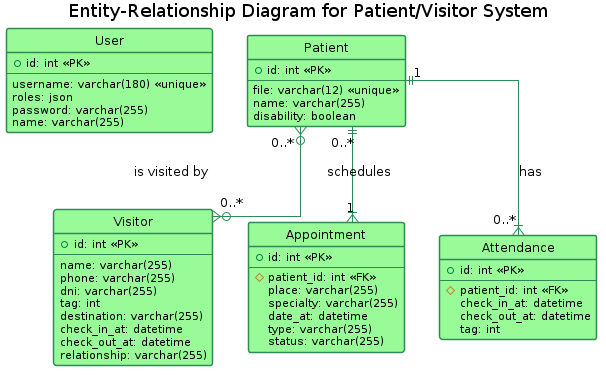
Before: DER.png, a diagram exported from PlantUML (genomorro/registro-io). Its source is kept beside it as DER.puml.
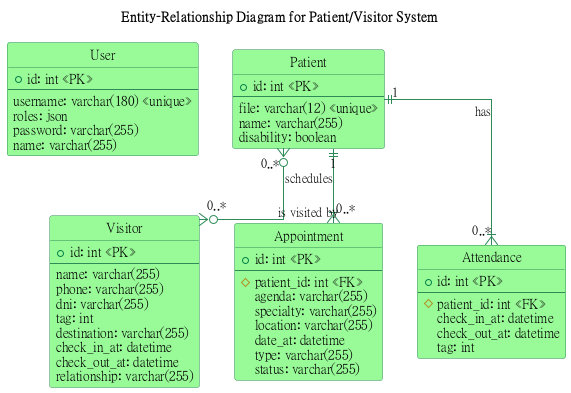
After the commit.

Change to the diagram source:
```diff
@@ -47,8 +47,9 @@
   + id: int <<PK>>
   --
   # patient_id: int <<FK>>
-  place: varchar(255)
+  agenda: varchar(255)
   specialty: varchar(255)
+  location: varchar(255)
   date_at: datetime
   type: varchar(255)
   status: varchar(255)
```
